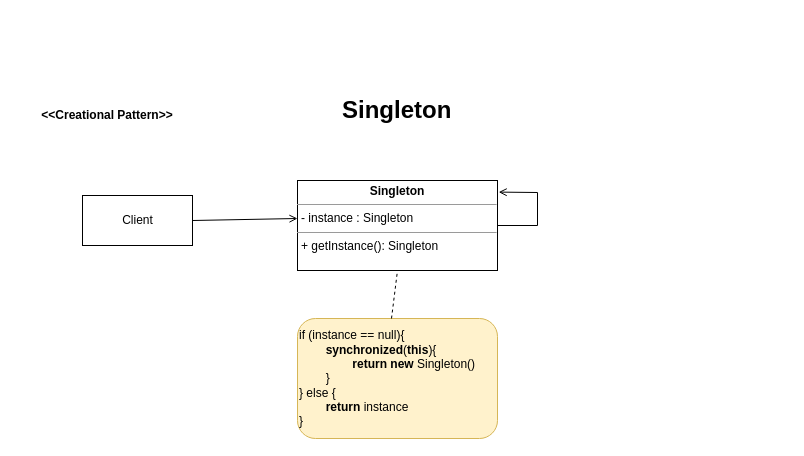
Before: Creational - Singleton.drawio in yalankar/yalankar, a draw.io diagram. Source tidied: cells renumbered, new cells numbered last; positions are measured from the earlier drawing's top-left corner, leaving out a move shared by most shapes. Both pictures are drawn from the tidied source at 100%, with x=0, y=0 at pixel (17, 90).
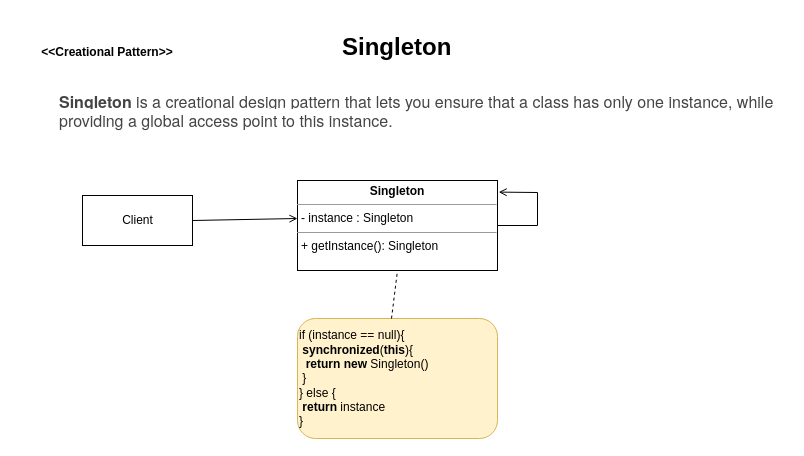
The same diagram, later.

What changed in the source:
```diff
@@
 <mxGraphModel>
   <root>
     <mxCell id="0" />
     <mxCell id="1" parent="0" />
     <mxCell id="2" value="&lt;b&gt;&amp;lt;&amp;lt;Creational Pattern&amp;gt;&amp;gt;&lt;/b&gt;" style="text;html=1;strokeColor=none;fillColor=none;align=center;verticalAlign=middle;whiteSpace=wrap;rounded=0;" parent="1" vertex="1">
-      <mxGeometry y="10" width="180" height="30" as="geometry" />
+      <mxGeometry y="-53" width="180" height="30" as="geometry" />
     </mxCell>
     <mxCell id="3" value="&lt;h1&gt;Singleton&lt;/h1&gt;" style="text;html=1;strokeColor=none;fillColor=none;spacing=5;spacingTop=-20;whiteSpace=wrap;overflow=hidden;rounded=0;" parent="1" vertex="1">
-      <mxGeometry x="320" width="120" height="50" as="geometry" />
+      <mxGeometry x="320" y="-63" width="120" height="50" as="geometry" />
     </mxCell>
     <mxCell id="4" value="&lt;p style=&quot;margin:0px;margin-top:4px;text-align:center;&quot;&gt;&lt;b&gt;Singleton&lt;/b&gt;&lt;/p&gt;&lt;hr size=&quot;1&quot;&gt;&lt;p style=&quot;margin:0px;margin-left:4px;&quot;&gt;- instance : Singleton&lt;/p&gt;&lt;hr size=&quot;1&quot;&gt;&lt;p style=&quot;margin:0px;margin-left:4px;&quot;&gt;&lt;span style=&quot;background-color: initial;&quot;&gt;+ getInstance(): Singleton&lt;/span&gt;&lt;br&gt;&lt;/p&gt;" style="verticalAlign=top;align=left;overflow=fill;fontSize=12;fontFamily=Helvetica;html=1;" parent="1" vertex="1">
       <mxGeometry x="280" y="90" width="200" height="90" as="geometry" />
     </mxCell>
     <mxCell id="5" value="Client" style="html=1;" parent="1" vertex="1">
       <mxGeometry x="65" y="105" width="110" height="50" as="geometry" />
     </mxCell>
     <mxCell id="6" style="endArrow=open;html=1;rounded=0;exitX=1;exitY=0.5;exitDx=0;exitDy=0;endFill=0;" parent="1" edge="1" source="5">
       <mxGeometry relative="1" as="geometry">
         <mxPoint x="280" y="128" as="targetPoint" />
       </mxGeometry>
     </mxCell>
-    <mxCell id="7" value="if (instance == null){&lt;br&gt;&lt;span style=&quot;white-space: pre;&quot;&gt;&#9;&lt;/span&gt;&lt;b&gt;synchronized&lt;/b&gt;(&lt;b&gt;this&lt;/b&gt;){&lt;br&gt;&lt;span style=&quot;white-space: pre;&quot;&gt;&#9;&lt;/span&gt;&lt;span style=&quot;white-space: pre;&quot;&gt;&#9;&lt;/span&gt;&lt;b&gt;return new&lt;/b&gt; Singleton()&lt;br&gt;&lt;span style=&quot;white-space: pre;&quot;&gt;&#9;&lt;/span&gt;}&lt;br&gt;} else {&lt;br&gt;&lt;span style=&quot;white-space: pre;&quot;&gt;&#9;&lt;/span&gt;&lt;b&gt;return &lt;/b&gt;instance&lt;br&gt;}" style="text;html=1;strokeColor=#d6b656;fillColor=#fff2cc;align=left;verticalAlign=middle;whiteSpace=wrap;rounded=1;" parent="1" vertex="1">
+    <mxCell id="7" value="if (instance == null){&lt;br&gt;&lt;span style=&quot;white-space: pre;&quot;&gt; &lt;/span&gt;&lt;b&gt;synchronized&lt;/b&gt;(&lt;b&gt;this&lt;/b&gt;){&lt;br&gt;&lt;span style=&quot;white-space: pre;&quot;&gt; &lt;/span&gt;&lt;span style=&quot;white-space: pre;&quot;&gt; &lt;/span&gt;&lt;b&gt;return new&lt;/b&gt; Singleton()&lt;br&gt;&lt;span style=&quot;white-space: pre;&quot;&gt; &lt;/span&gt;}&lt;br&gt;} else {&lt;br&gt;&lt;span style=&quot;white-space: pre;&quot;&gt; &lt;/span&gt;&lt;b&gt;return &lt;/b&gt;instance&lt;br&gt;}" style="text;html=1;strokeColor=#d6b656;fillColor=#fff2cc;align=left;verticalAlign=middle;whiteSpace=wrap;rounded=1;" parent="1" vertex="1">
       <mxGeometry x="280" y="228" width="200" height="120" as="geometry" />
     </mxCell>
     <mxCell id="8" style="endArrow=none;dashed=1;html=1;rounded=0;entryX=0.5;entryY=1;entryDx=0;entryDy=0;" parent="1" edge="1" target="4">
       <mxGeometry relative="1" as="geometry">
         <mxPoint x="374" y="228" as="sourcePoint" />
       </mxGeometry>
     </mxCell>
     <mxCell id="9" style="endArrow=open;html=1;rounded=0;exitX=1;exitY=0.5;exitDx=0;exitDy=0;entryX=1.006;entryY=0.129;entryDx=0;entryDy=0;entryPerimeter=0;endFill=0;" parent="1" edge="1" source="4" target="4">
       <mxGeometry relative="1" as="geometry">
         <Array as="points">
           <mxPoint x="520" y="135" />
           <mxPoint x="520" y="102" />
         </Array>
       </mxGeometry>
     </mxCell>
+    <mxCell id="10" value="&lt;strong style=&quot;box-sizing: border-box; font-weight: bolder; color: rgb(68, 68, 68); font-family: &amp;quot;PT Sans&amp;quot;, &amp;quot;Helvetica Neue&amp;quot;, Arial, sans-serif; font-size: 16px; font-style: normal; font-variant-ligatures: normal; font-variant-caps: normal; letter-spacing: normal; orphans: 2; text-align: left; text-indent: 0px; text-transform: none; widows: 2; word-spacing: 0px; -webkit-text-stroke-width: 0px; background-color: rgb(255, 255, 255); text-decoration-thickness: initial; text-decoration-style: initial; text-decoration-color: initial;&quot;&gt;Singleton&lt;/strong&gt;&lt;span style=&quot;color: rgb(68, 68, 68); font-family: &amp;quot;PT Sans&amp;quot;, &amp;quot;Helvetica Neue&amp;quot;, Arial, sans-serif; font-size: 16px; font-style: normal; font-variant-ligatures: normal; font-variant-caps: normal; font-weight: 400; letter-spacing: normal; orphans: 2; text-align: left; text-indent: 0px; text-transform: none; widows: 2; word-spacing: 0px; -webkit-text-stroke-width: 0px; background-color: rgb(255, 255, 255); text-decoration-thickness: initial; text-decoration-style: initial; text-decoration-color: initial; float: none; display: inline !important;&quot;&gt;&lt;span&gt;&amp;nbsp;&lt;/span&gt;is a creational design pattern that lets you ensure that a class has only one instance, while providing a global access point to this&amp;nbsp;instance.&lt;/span&gt;" style="text;whiteSpace=wrap;html=1;" parent="1" vertex="1">
+      <mxGeometry x="40" y="-5" width="730" height="50" as="geometry" />
+    </mxCell>
   </root>
 </mxGraphModel>
```
